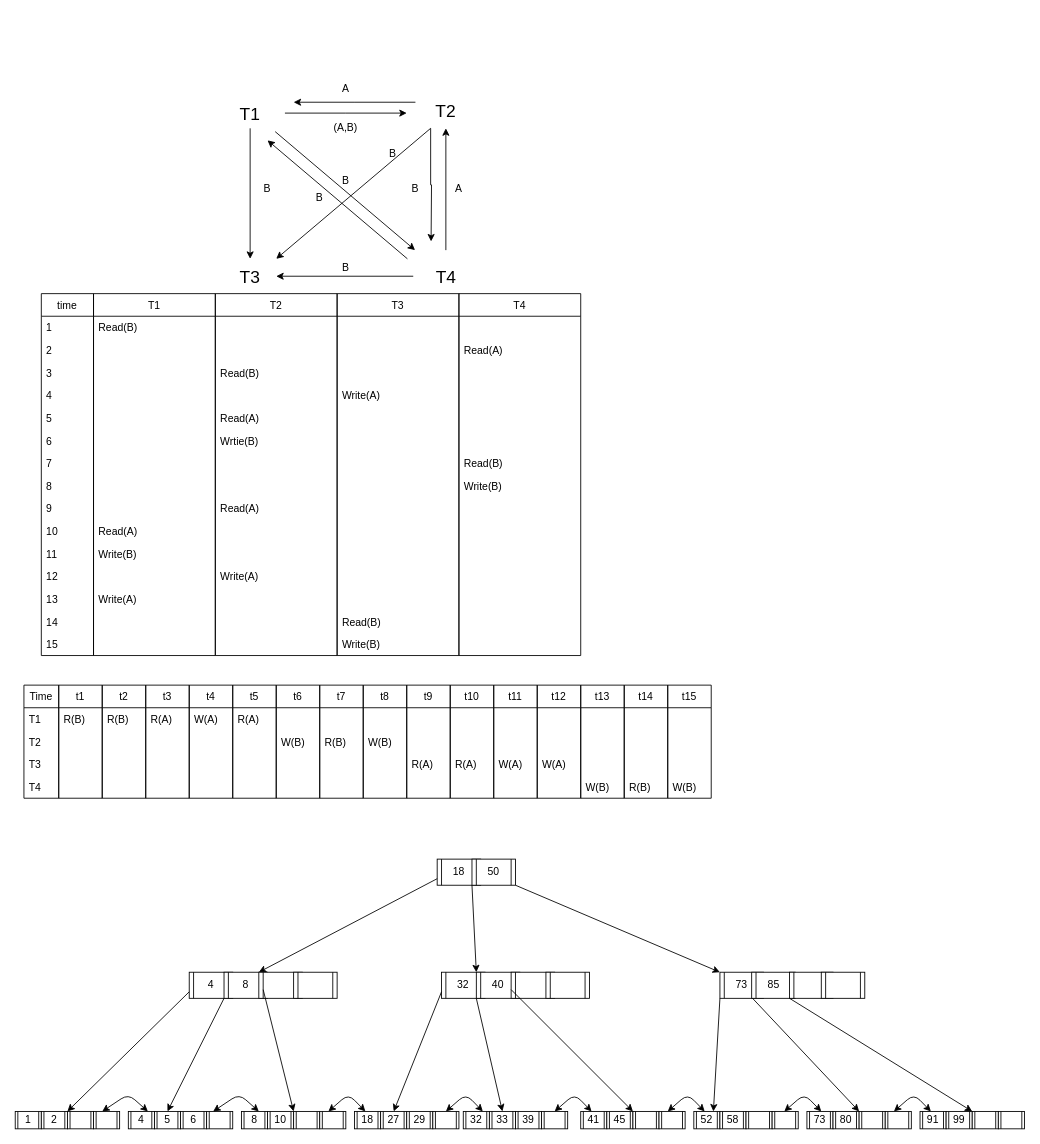
The draw.io diagram week7/Untitled Diagram.drawio in bekon-official/COMP9311, before the edit. Source tidied: cells renumbered, new cells numbered last; positions are measured from the earlier drawing's top-left corner, leaving out a move shared by most shapes. Both pictures are drawn from the tidied source at 87%, with x=0, y=0 at pixel (15, 80).
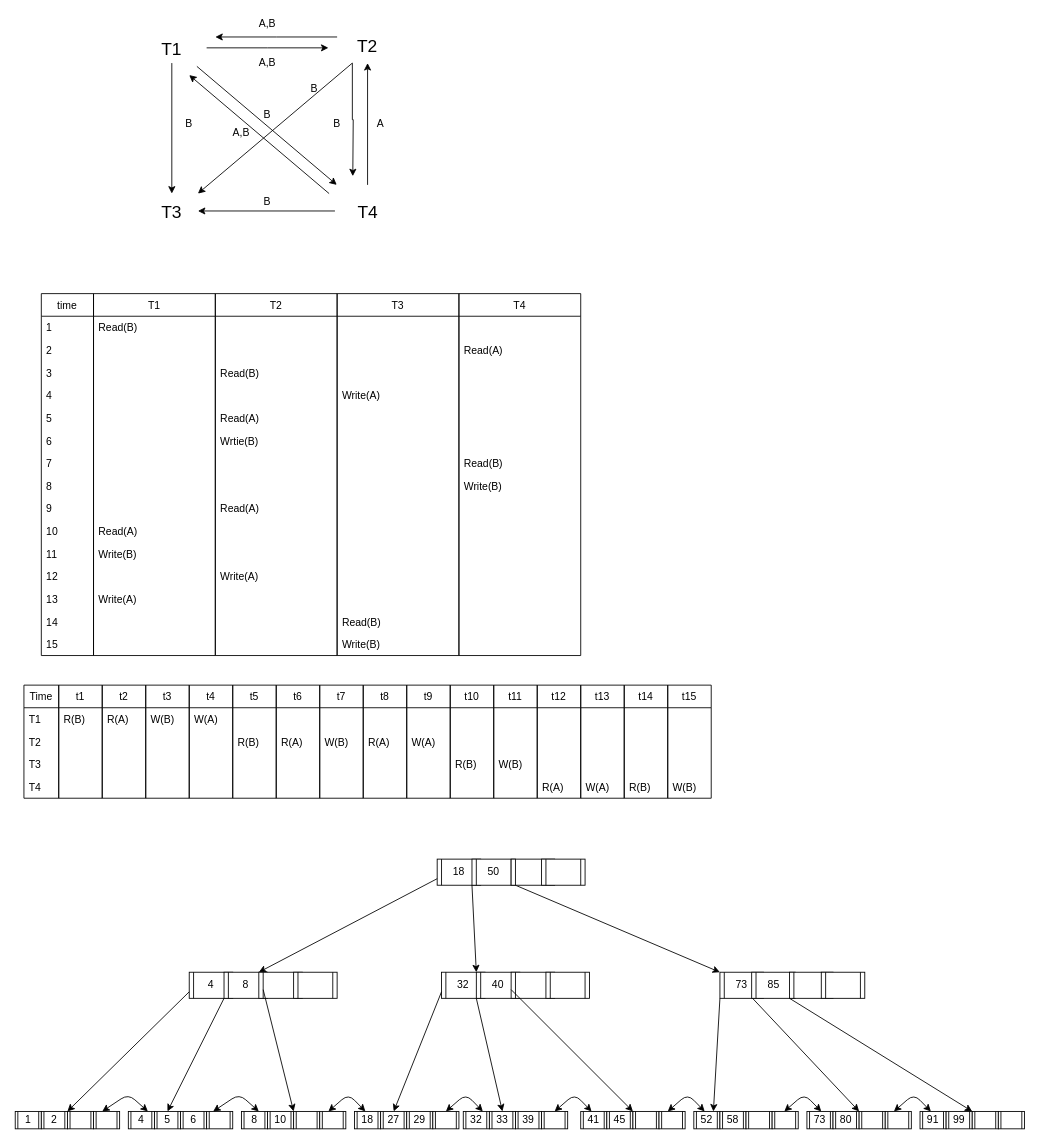
Above is the later version.

The change refers to these unchanged cells:
```xml
<mxCell id="114" value="t2" style="swimlane;fontStyle=0;horizontal=1;startSize=26;fillColor=none;" parent="1" vertex="1">
  <mxGeometry x="100" y="695" width="50" height="130" as="geometry" />
</mxCell>
<mxCell id="119" value="t3" style="swimlane;fontStyle=0;horizontal=1;startSize=26;fillColor=none;" parent="1" vertex="1">
  <mxGeometry x="150" y="695" width="50" height="130" as="geometry" />
</mxCell>
<mxCell id="129" value="t5" style="swimlane;fontStyle=0;horizontal=1;startSize=26;fillColor=none;" parent="1" vertex="1">
  <mxGeometry x="250" y="695" width="50" height="130" as="geometry" />
</mxCell>
<mxCell id="134" value="t6" style="swimlane;fontStyle=0;horizontal=1;startSize=26;fillColor=none;" parent="1" vertex="1">
  <mxGeometry x="300" y="695" width="50" height="130" as="geometry" />
</mxCell>
<mxCell id="139" value="t7" style="swimlane;fontStyle=0;horizontal=1;startSize=26;fillColor=none;" parent="1" vertex="1">
  <mxGeometry x="350" y="695" width="50" height="130" as="geometry" />
</mxCell>
<mxCell id="144" value="t8" style="swimlane;fontStyle=0;horizontal=1;startSize=26;fillColor=none;" parent="1" vertex="1">
  <mxGeometry x="400" y="695" width="50" height="130" as="geometry" />
</mxCell>
<mxCell id="149" value="t9" style="swimlane;fontStyle=0;horizontal=1;startSize=26;fillColor=none;" parent="1" vertex="1">
  <mxGeometry x="450" y="695" width="50" height="130" as="geometry" />
</mxCell>
<mxCell id="154" value="t10" style="swimlane;fontStyle=0;horizontal=1;startSize=26;fillColor=none;" parent="1" vertex="1">
  <mxGeometry x="500" y="695" width="50" height="130" as="geometry" />
</mxCell>
<mxCell id="159" value="t11" style="swimlane;fontStyle=0;horizontal=1;startSize=26;fillColor=none;" parent="1" vertex="1">
  <mxGeometry x="550" y="695" width="50" height="130" as="geometry" />
</mxCell>
<mxCell id="164" value="t12" style="swimlane;fontStyle=0;horizontal=1;startSize=26;fillColor=none;" parent="1" vertex="1">
  <mxGeometry x="600" y="695" width="50" height="130" as="geometry" />
</mxCell>
<mxCell id="169" value="t13" style="swimlane;fontStyle=0;horizontal=1;startSize=26;fillColor=none;" parent="1" vertex="1">
  <mxGeometry x="650" y="695" width="50" height="130" as="geometry" />
</mxCell>
```

What changed in the source:
```diff
@@
     <mxCell id="2" value="&lt;font style=&quot;font-size: 20px&quot;&gt;T3&lt;/font&gt;" style="text;html=1;strokeColor=none;fillColor=none;align=center;verticalAlign=middle;whiteSpace=wrap;rounded=0;" parent="1" vertex="1">
-      <mxGeometry x="240" y="205" width="60" height="40" as="geometry" />
+      <mxGeometry x="150" y="130" width="60" height="40" as="geometry" />
     </mxCell>
@@
     <mxCell id="5" value="&lt;font style=&quot;font-size: 20px&quot;&gt;T4&lt;/font&gt;" style="text;html=1;strokeColor=none;fillColor=none;align=center;verticalAlign=middle;whiteSpace=wrap;rounded=0;" parent="1" vertex="1">
-      <mxGeometry x="457.5" y="195" width="75" height="60" as="geometry" />
+      <mxGeometry x="367.5" y="120" width="75" height="60" as="geometry" />
     </mxCell>
     <mxCell id="6" style="edgeStyle=orthogonalEdgeStyle;rounded=0;jettySize=auto;html=1;" parent="1" edge="1" source="8">
       <mxGeometry relative="1" as="geometry">
-        <mxPoint x="450" y="37.5" as="targetPoint" />
+        <mxPoint x="360" y="-37.5" as="targetPoint" />
       </mxGeometry>
     </mxCell>
@@
     <mxCell id="8" value="&lt;font style=&quot;font-size: 20px&quot;&gt;T1&lt;/font&gt;" style="text;html=1;strokeColor=none;fillColor=none;align=center;verticalAlign=middle;whiteSpace=wrap;rounded=0;" parent="1" vertex="1">
-      <mxGeometry x="230" y="20" width="80" height="35" as="geometry" />
+      <mxGeometry x="140" y="-55" width="80" height="35" as="geometry" />
     </mxCell>
     <mxCell id="9" style="edgeStyle=orthogonalEdgeStyle;rounded=0;jettySize=auto;html=1;exitX=0.25;exitY=1;exitDx=0;exitDy=0;" parent="1" edge="1" source="11">
       <mxGeometry relative="1" as="geometry">
-        <mxPoint x="478" y="185" as="targetPoint" />
+        <mxPoint x="388" y="110" as="targetPoint" />
       </mxGeometry>
     </mxCell>
     <mxCell id="10" style="edgeStyle=orthogonalEdgeStyle;rounded=0;jettySize=auto;html=1;exitX=0;exitY=0.25;exitDx=0;exitDy=0;" parent="1" edge="1" source="11">
       <mxGeometry relative="1" as="geometry">
-        <mxPoint x="320" y="25" as="targetPoint" />
+        <mxPoint x="230" y="-50" as="targetPoint" />
       </mxGeometry>
     </mxCell>
     <mxCell id="11" value="&lt;font style=&quot;font-size: 20px&quot;&gt;T2&lt;/font&gt;" style="text;html=1;strokeColor=none;fillColor=none;align=center;verticalAlign=middle;whiteSpace=wrap;rounded=0;" parent="1" vertex="1">
-      <mxGeometry x="460" y="15" width="70" height="40" as="geometry" />
+      <mxGeometry x="370" y="-60" width="70" height="40" as="geometry" />
     </mxCell>
-    <mxCell id="12" value="(A,B)" style="text;html=1;strokeColor=none;fillColor=none;align=center;verticalAlign=middle;whiteSpace=wrap;rounded=0;" parent="1" vertex="1">
-      <mxGeometry x="360" y="45" width="40" height="20" as="geometry" />
+    <mxCell id="12" value="A,B" style="text;html=1;strokeColor=none;fillColor=none;align=center;verticalAlign=middle;whiteSpace=wrap;rounded=0;" parent="1" vertex="1">
+      <mxGeometry x="270" y="-30" width="40" height="20" as="geometry" />
     </mxCell>
     <mxCell id="13" value="A" style="text;html=1;strokeColor=none;fillColor=none;align=center;verticalAlign=middle;whiteSpace=wrap;rounded=0;" parent="1" vertex="1">
-      <mxGeometry x="490" y="115" width="40" height="20" as="geometry" />
+      <mxGeometry x="400" y="40" width="40" height="20" as="geometry" />
     </mxCell>
     <mxCell id="14" value="B" style="text;html=1;strokeColor=none;fillColor=none;align=center;verticalAlign=middle;whiteSpace=wrap;rounded=0;" parent="1" vertex="1">
-      <mxGeometry x="440" y="115" width="40" height="20" as="geometry" />
+      <mxGeometry x="350" y="40" width="40" height="20" as="geometry" />
     </mxCell>
@@
     <mxCell id="16" value="B" style="text;html=1;strokeColor=none;fillColor=none;align=center;verticalAlign=middle;whiteSpace=wrap;rounded=0;" parent="1" vertex="1">
-      <mxGeometry x="360" y="105" width="40" height="20" as="geometry" />
+      <mxGeometry x="270" y="30" width="40" height="20" as="geometry" />
     </mxCell>
-    <mxCell id="17" value="A" style="text;html=1;strokeColor=none;fillColor=none;align=center;verticalAlign=middle;whiteSpace=wrap;rounded=0;" parent="1" vertex="1">
-      <mxGeometry x="360" width="40" height="20" as="geometry" />
+    <mxCell id="17" value="A,B" style="text;html=1;strokeColor=none;fillColor=none;align=center;verticalAlign=middle;whiteSpace=wrap;rounded=0;" parent="1" vertex="1">
+      <mxGeometry x="270" y="-75" width="40" height="20" as="geometry" />
     </mxCell>
     <mxCell id="18" value="B" style="text;html=1;strokeColor=none;fillColor=none;align=center;verticalAlign=middle;whiteSpace=wrap;rounded=0;" parent="1" vertex="1">
-      <mxGeometry x="270" y="115" width="40" height="20" as="geometry" />
+      <mxGeometry x="180" y="40" width="40" height="20" as="geometry" />
     </mxCell>
     <mxCell id="19" style="endArrow=classic;html=1;exitX=0.86;exitY=1.109;exitDx=0;exitDy=0;exitPerimeter=0;" parent="1" edge="1">
       <mxGeometry relative="1" as="geometry">
-        <mxPoint x="450.8" y="205" as="sourcePoint" />
-        <mxPoint x="290" y="68.8" as="targetPoint" />
+        <mxPoint x="360.8" y="130" as="sourcePoint" />
+        <mxPoint x="200" y="-6.2" as="targetPoint" />
       </mxGeometry>
     </mxCell>
-    <mxCell id="20" value="B" style="text;html=1;strokeColor=none;fillColor=none;align=center;verticalAlign=middle;whiteSpace=wrap;rounded=0;" parent="1" vertex="1">
-      <mxGeometry x="330" y="125" width="40" height="20" as="geometry" />
+    <mxCell id="20" value="A,B" style="text;html=1;strokeColor=none;fillColor=none;align=center;verticalAlign=middle;whiteSpace=wrap;rounded=0;" parent="1" vertex="1">
+      <mxGeometry x="240" y="50" width="40" height="20" as="geometry" />
     </mxCell>
@@
     <mxCell id="22" value="B" style="text;html=1;strokeColor=none;fillColor=none;align=center;verticalAlign=middle;whiteSpace=wrap;rounded=0;" parent="1" vertex="1">
-      <mxGeometry x="414" y="75" width="40" height="20" as="geometry" />
+      <mxGeometry x="324" width="40" height="20" as="geometry" />
     </mxCell>
     <mxCell id="23" value="B" style="text;html=1;strokeColor=none;fillColor=none;align=center;verticalAlign=middle;whiteSpace=wrap;rounded=0;" parent="1" vertex="1">
-      <mxGeometry x="360" y="205" width="40" height="20" as="geometry" />
+      <mxGeometry x="270" y="130" width="40" height="20" as="geometry" />
     </mxCell>
@@
-    <mxCell id="115" value="R(B)" style="text;strokeColor=none;fillColor=none;align=left;verticalAlign=top;spacingLeft=4;spacingRight=4;overflow=hidden;" parent="114" vertex="1">
+    <mxCell id="115" value="R(A)" style="text;strokeColor=none;fillColor=none;align=left;verticalAlign=top;spacingLeft=4;spacingRight=4;overflow=hidden;" parent="114" vertex="1">
       <mxGeometry y="26" width="50" height="26" as="geometry" />
     </mxCell>
@@
-    <mxCell id="120" value="R(A)" style="text;strokeColor=none;fillColor=none;align=left;verticalAlign=top;spacingLeft=4;spacingRight=4;overflow=hidden;" parent="119" vertex="1">
+    <mxCell id="120" value="W(B)" style="text;strokeColor=none;fillColor=none;align=left;verticalAlign=top;spacingLeft=4;spacingRight=4;overflow=hidden;" parent="119" vertex="1">
       <mxGeometry y="26" width="50" height="26" as="geometry" />
     </mxCell>
@@
-    <mxCell id="130" value="R(A)" style="text;strokeColor=none;fillColor=none;align=left;verticalAlign=top;spacingLeft=4;spacingRight=4;overflow=hidden;" parent="129" vertex="1">
+    <mxCell id="130" value=" " style="text;strokeColor=none;fillColor=none;align=left;verticalAlign=top;spacingLeft=4;spacingRight=4;overflow=hidden;" parent="129" vertex="1">
       <mxGeometry y="26" width="50" height="26" as="geometry" />
     </mxCell>
-    <mxCell id="131" value=" " style="text;strokeColor=none;fillColor=none;align=left;verticalAlign=top;spacingLeft=4;spacingRight=4;overflow=hidden;" parent="129" vertex="1">
+    <mxCell id="131" value="R(B)" style="text;strokeColor=none;fillColor=none;align=left;verticalAlign=top;spacingLeft=4;spacingRight=4;overflow=hidden;" parent="129" vertex="1">
       <mxGeometry y="52" width="50" height="26" as="geometry" />
     </mxCell>
@@
-    <mxCell id="136" value="W(B)" style="text;strokeColor=none;fillColor=none;align=left;verticalAlign=top;spacingLeft=4;spacingRight=4;overflow=hidden;" parent="134" vertex="1">
+    <mxCell id="136" value="R(A)" style="text;strokeColor=none;fillColor=none;align=left;verticalAlign=top;spacingLeft=4;spacingRight=4;overflow=hidden;" parent="134" vertex="1">
       <mxGeometry y="52" width="50" height="26" as="geometry" />
     </mxCell>
@@
-    <mxCell id="141" value="R(B)" style="text;strokeColor=none;fillColor=none;align=left;verticalAlign=top;spacingLeft=4;spacingRight=4;overflow=hidden;" parent="139" vertex="1">
+    <mxCell id="141" value="W(B)" style="text;strokeColor=none;fillColor=none;align=left;verticalAlign=top;spacingLeft=4;spacingRight=4;overflow=hidden;" parent="139" vertex="1">
       <mxGeometry y="52" width="50" height="26" as="geometry" />
     </mxCell>
@@
-    <mxCell id="146" value="W(B)" style="text;strokeColor=none;fillColor=none;align=left;verticalAlign=top;spacingLeft=4;spacingRight=4;overflow=hidden;" parent="144" vertex="1">
+    <mxCell id="146" value="R(A)" style="text;strokeColor=none;fillColor=none;align=left;verticalAlign=top;spacingLeft=4;spacingRight=4;overflow=hidden;" parent="144" vertex="1">
       <mxGeometry y="52" width="50" height="26" as="geometry" />
     </mxCell>
@@
-    <mxCell id="151" value=" " style="text;strokeColor=none;fillColor=none;align=left;verticalAlign=top;spacingLeft=4;spacingRight=4;overflow=hidden;" parent="149" vertex="1">
+    <mxCell id="151" value="W(A)" style="text;strokeColor=none;fillColor=none;align=left;verticalAlign=top;spacingLeft=4;spacingRight=4;overflow=hidden;" parent="149" vertex="1">
       <mxGeometry y="52" width="50" height="26" as="geometry" />
     </mxCell>
-    <mxCell id="152" value="R(A)" style="text;strokeColor=none;fillColor=none;align=left;verticalAlign=top;spacingLeft=4;spacingRight=4;overflow=hidden;" parent="149" vertex="1">
+    <mxCell id="152" value=" " style="text;strokeColor=none;fillColor=none;align=left;verticalAlign=top;spacingLeft=4;spacingRight=4;overflow=hidden;" parent="149" vertex="1">
       <mxGeometry y="78" width="50" height="26" as="geometry" />
     </mxCell>
@@
-    <mxCell id="157" value="R(A)" style="text;strokeColor=none;fillColor=none;align=left;verticalAlign=top;spacingLeft=4;spacingRight=4;overflow=hidden;" parent="154" vertex="1">
+    <mxCell id="157" value="R(B)" style="text;strokeColor=none;fillColor=none;align=left;verticalAlign=top;spacingLeft=4;spacingRight=4;overflow=hidden;" parent="154" vertex="1">
       <mxGeometry y="78" width="50" height="26" as="geometry" />
     </mxCell>
@@
-    <mxCell id="162" value="W(A)" style="text;strokeColor=none;fillColor=none;align=left;verticalAlign=top;spacingLeft=4;spacingRight=4;overflow=hidden;" parent="159" vertex="1">
+    <mxCell id="162" value="W(B)" style="text;strokeColor=none;fillColor=none;align=left;verticalAlign=top;spacingLeft=4;spacingRight=4;overflow=hidden;" parent="159" vertex="1">
       <mxGeometry y="78" width="50" height="26" as="geometry" />
     </mxCell>
@@
-    <mxCell id="167" value="W(A)" style="text;strokeColor=none;fillColor=none;align=left;verticalAlign=top;spacingLeft=4;spacingRight=4;overflow=hidden;" parent="164" vertex="1">
+    <mxCell id="167" value=" " style="text;strokeColor=none;fillColor=none;align=left;verticalAlign=top;spacingLeft=4;spacingRight=4;overflow=hidden;" parent="164" vertex="1">
       <mxGeometry y="78" width="50" height="26" as="geometry" />
     </mxCell>
-    <mxCell id="168" value=" " style="text;strokeColor=none;fillColor=none;align=left;verticalAlign=top;spacingLeft=4;spacingRight=4;overflow=hidden;" parent="164" vertex="1">
+    <mxCell id="168" value="R(A)" style="text;strokeColor=none;fillColor=none;align=left;verticalAlign=top;spacingLeft=4;spacingRight=4;overflow=hidden;" parent="164" vertex="1">
       <mxGeometry y="104" width="50" height="26" as="geometry" />
     </mxCell>
@@
-    <mxCell id="173" value="W(B)" style="text;strokeColor=none;fillColor=none;align=left;verticalAlign=top;spacingLeft=4;spacingRight=4;overflow=hidden;" parent="169" vertex="1">
+    <mxCell id="173" value="W(A)" style="text;strokeColor=none;fillColor=none;align=left;verticalAlign=top;spacingLeft=4;spacingRight=4;overflow=hidden;" parent="169" vertex="1">
       <mxGeometry y="104" width="50" height="26" as="geometry" />
     </mxCell>
@@
+    <mxCell id="254" style="shape=process;whiteSpace=wrap;html=1;backgroundOutline=1;" parent="1" vertex="1">
+      <mxGeometry x="570" y="895" width="50" height="30" as="geometry" />
+    </mxCell>
+    <mxCell id="255" style="shape=process;whiteSpace=wrap;html=1;backgroundOutline=1;" parent="1" vertex="1">
+      <mxGeometry x="605" y="895" width="50" height="30" as="geometry" />
+    </mxCell>
```
